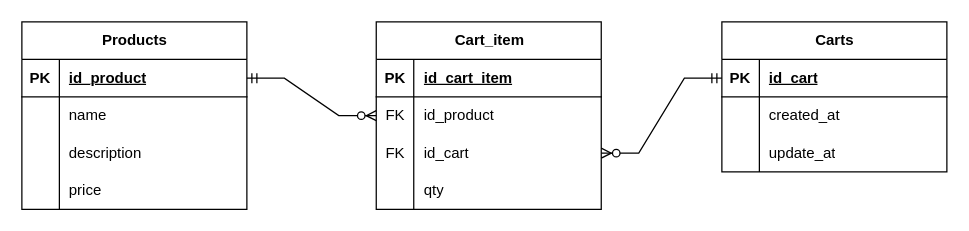
Before: page "DB" (2 of 2) of Design diagram.drawio in Nahuel7978/SellerBot, a draw.io diagram. Source tidied: cells renumbered, new cells numbered last; positions are measured from the earlier drawing's top-left corner, leaving out a move shared by most shapes. Both pictures are drawn from the tidied source at 125%, with x=0, y=0 at pixel (21, 21).
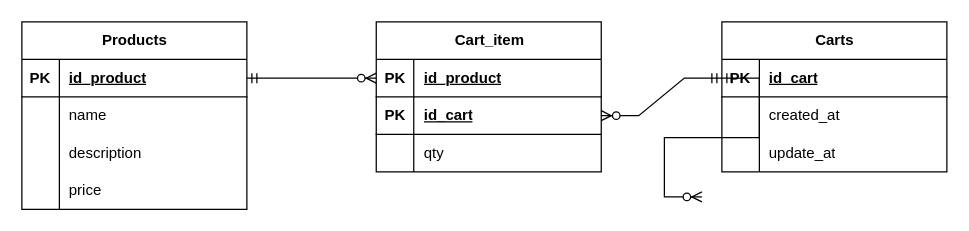
The same diagram, later.

The change refers to these unchanged cells:
```xml
<mxCell id="3" style="shape=tableRow;horizontal=0;startSize=0;swimlaneHead=0;swimlaneBody=0;fillColor=none;points=[[0,0.5],[1,0.5]];portConstraint=eastwest;top=0;left=0;right=0;bottom=1;" parent="2" vertex="1">
  <mxGeometry y="30" width="180" height="30" as="geometry" />
</mxCell>
<mxCell id="16" style="shape=tableRow;horizontal=0;startSize=0;swimlaneHead=0;swimlaneBody=0;fillColor=none;points=[[0,0.5],[1,0.5]];portConstraint=eastwest;top=0;left=0;right=0;bottom=1;" parent="15" vertex="1">
  <mxGeometry y="30" width="180" height="30" as="geometry" />
</mxCell>
```

Change to the diagram source:
```diff
@@
     <mxCell id="25" value="Cart_item" style="shape=table;startSize=30;childLayout=tableLayout;rowLines=0;fontStyle=1;align=center;html=1;" parent="1" vertex="1">
-      <mxGeometry x="283.5" width="180" height="150" as="geometry" />
+      <mxGeometry x="283.5" width="180" height="120" as="geometry" />
     </mxCell>
+    <mxCell id="40" style="shape=tableRow;horizontal=0;startSize=0;swimlaneHead=0;swimlaneBody=0;fillColor=none;points=[[0,0.5],[1,0.5]];portConstraint=eastwest;top=0;left=0;right=0;bottom=1;" parent="25" vertex="1">
+      <mxGeometry y="30" width="180" height="30" as="geometry" />
+    </mxCell>
+    <mxCell id="41" value="PK" style="shape=partialRectangle;fillColor=none;top=0;left=0;bottom=0;right=0;fontStyle=1;overflow=hidden;whiteSpace=wrap;html=1;" parent="40" vertex="1">
+      <mxGeometry width="30" height="30" as="geometry" />
+    </mxCell>
+    <mxCell id="42" value="id_product" style="shape=partialRectangle;fillColor=none;top=0;left=0;bottom=0;right=0;align=left;spacingLeft=6;fontStyle=5;overflow=hidden;whiteSpace=wrap;html=1;" parent="40" vertex="1">
+      <mxGeometry x="30" width="150" height="30" as="geometry" />
+    </mxCell>
     <mxCell id="26" style="shape=tableRow;horizontal=0;startSize=0;swimlaneHead=0;swimlaneBody=0;fillColor=none;points=[[0,0.5],[1,0.5]];portConstraint=eastwest;top=0;left=0;right=0;bottom=1;" parent="25" vertex="1">
-      <mxGeometry y="30" width="180" height="30" as="geometry" />
+      <mxGeometry y="60" width="180" height="30" as="geometry" />
     </mxCell>
@@
-    <mxCell id="28" value="id_cart_item" style="shape=partialRectangle;fillColor=none;top=0;left=0;bottom=0;right=0;align=left;spacingLeft=6;fontStyle=5;overflow=hidden;whiteSpace=wrap;html=1;" parent="26" vertex="1">
+    <mxCell id="28" value="id_cart" style="shape=partialRectangle;fillColor=none;top=0;left=0;bottom=0;right=0;align=left;spacingLeft=6;fontStyle=5;overflow=hidden;whiteSpace=wrap;html=1;" parent="26" vertex="1">
       <mxGeometry x="30" width="150" height="30" as="geometry" />
     </mxCell>
     <mxCell id="29" style="shape=tableRow;horizontal=0;startSize=0;swimlaneHead=0;swimlaneBody=0;fillColor=none;points=[[0,0.5],[1,0.5]];portConstraint=eastwest;top=0;left=0;right=0;bottom=0;" parent="25" vertex="1">
-      <mxGeometry y="60" width="180" height="30" as="geometry" />
+      <mxGeometry y="90" width="180" height="30" as="geometry" />
     </mxCell>
-    <mxCell id="30" value="FK" style="shape=partialRectangle;fillColor=none;top=0;left=0;bottom=0;right=0;overflow=hidden;whiteSpace=wrap;html=1;" parent="29" vertex="1">
+    <mxCell id="30" style="shape=partialRectangle;fillColor=none;top=0;left=0;bottom=0;right=0;overflow=hidden;whiteSpace=wrap;html=1;" parent="29" vertex="1">
       <mxGeometry width="30" height="30" as="geometry" />
     </mxCell>
-    <mxCell id="31" value="id_product" style="shape=partialRectangle;fillColor=none;top=0;left=0;bottom=0;right=0;align=left;spacingLeft=6;overflow=hidden;whiteSpace=wrap;html=1;" parent="29" vertex="1">
+    <mxCell id="31" value="qty" style="shape=partialRectangle;fillColor=none;top=0;left=0;bottom=0;right=0;align=left;spacingLeft=6;overflow=hidden;whiteSpace=wrap;html=1;" parent="29" vertex="1">
       <mxGeometry x="30" width="150" height="30" as="geometry" />
     </mxCell>
-    <mxCell id="32" style="shape=tableRow;horizontal=0;startSize=0;swimlaneHead=0;swimlaneBody=0;fillColor=none;points=[[0,0.5],[1,0.5]];portConstraint=eastwest;top=0;left=0;right=0;bottom=0;" parent="25" vertex="1">
-      <mxGeometry y="90" width="180" height="30" as="geometry" />
-    </mxCell>
-    <mxCell id="33" value="FK" style="shape=partialRectangle;fillColor=none;top=0;left=0;bottom=0;right=0;overflow=hidden;whiteSpace=wrap;html=1;" parent="32" vertex="1">
-      <mxGeometry width="30" height="30" as="geometry" />
-    </mxCell>
-    <mxCell id="34" value="id_cart" style="shape=partialRectangle;fillColor=none;top=0;left=0;bottom=0;right=0;align=left;spacingLeft=6;overflow=hidden;whiteSpace=wrap;html=1;" parent="32" vertex="1">
-      <mxGeometry x="30" width="150" height="30" as="geometry" />
-    </mxCell>
-    <mxCell id="35" style="shape=tableRow;horizontal=0;startSize=0;swimlaneHead=0;swimlaneBody=0;fillColor=none;top=0;left=0;right=0;bottom=0;" parent="25" vertex="1">
-      <mxGeometry y="120" width="180" height="30" as="geometry" />
-    </mxCell>
-    <mxCell id="36" style="shape=partialRectangle;fillColor=none;top=0;left=0;bottom=0;right=0;overflow=hidden;whiteSpace=wrap;html=1;" parent="35" vertex="1">
-      <mxGeometry width="30" height="30" as="geometry" />
-    </mxCell>
-    <mxCell id="37" value="qty" style="shape=partialRectangle;fillColor=none;top=0;left=0;bottom=0;right=0;align=left;spacingLeft=6;overflow=hidden;whiteSpace=wrap;html=1;" parent="35" vertex="1">
-      <mxGeometry x="30" width="150" height="30" as="geometry" />
-    </mxCell>
-    <mxCell id="38" style="edgeStyle=entityRelationEdgeStyle;fontSize=12;html=1;endArrow=ERzeroToMany;startArrow=ERmandOne;rounded=0;entryX=0;entryY=0.5;entryDx=0;entryDy=0;exitX=1;exitY=0.5;exitDx=0;exitDy=0;" parent="1" edge="1" source="3" target="29">
+    <mxCell id="38" style="edgeStyle=entityRelationEdgeStyle;fontSize=12;html=1;endArrow=ERzeroToMany;startArrow=ERmandOne;rounded=0;entryX=1;entryY=0.5;entryDx=0;entryDy=0;exitX=0;exitY=0.5;exitDx=0;exitDy=0;" parent="1" edge="1" source="16" target="26">
       <mxGeometry relative="1" as="geometry" />
     </mxCell>
-    <mxCell id="39" style="edgeStyle=entityRelationEdgeStyle;fontSize=12;html=1;endArrow=ERzeroToMany;startArrow=ERmandOne;rounded=0;entryX=1;entryY=0.5;entryDx=0;entryDy=0;exitX=0;exitY=0.5;exitDx=0;exitDy=0;" parent="1" edge="1" source="16" target="32">
-      <mxGeometry relative="1" as="geometry" />
+    <mxCell id="39" style="edgeStyle=entityRelationEdgeStyle;fontSize=12;html=1;endArrow=ERzeroToMany;startArrow=ERmandOne;rounded=0;entryX=1;entryY=0.5;entryDx=0;entryDy=0;exitX=0;exitY=0.5;exitDx=0;exitDy=0;" parent="1" edge="1" source="16">
+      <mxGeometry relative="1" as="geometry">
+        <mxPoint x="544" y="140" as="targetPoint" />
+      </mxGeometry>
     </mxCell>
+    <mxCell id="43" style="edgeStyle=entityRelationEdgeStyle;fontSize=12;html=1;endArrow=ERzeroToMany;startArrow=ERmandOne;rounded=0;entryX=0;entryY=0.5;entryDx=0;entryDy=0;exitX=1;exitY=0.5;exitDx=0;exitDy=0;" parent="1" edge="1" source="3" target="40">
+      <mxGeometry relative="1" as="geometry" />
+    </mxCell>
```
